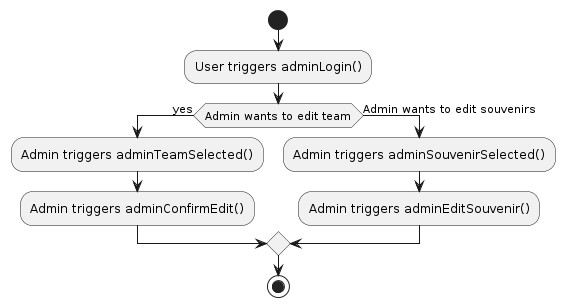
The PlantUML diagram UML/Images/ActionDiagram1.png in RSpeckles/Baseball, before a commit. The source it was exported from:
```plantuml
@startuml
start
:User triggers adminLogin();
if (Admin wants to edit team) then (yes)
    :Admin triggers adminTeamSelected();
    :Admin triggers adminConfirmEdit();
else (Admin wants to edit souvenirs)
    :Admin triggers adminSouvenirSelected();
    :Admin triggers adminEditSouvenir();
endif
stop
@enduml
```
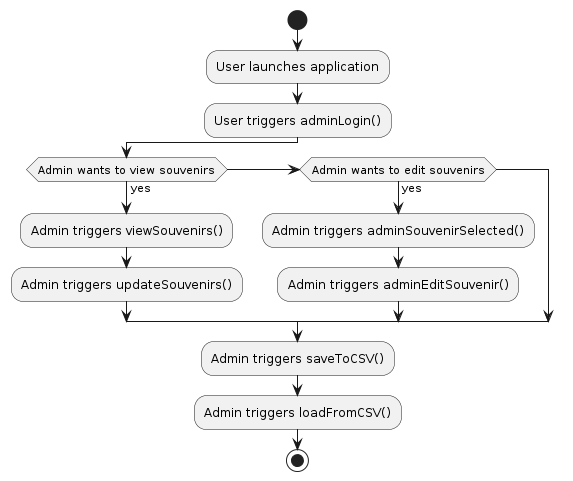
The same diagram one commit later.

Change to the diagram source:
```diff
@@ -1,12 +1,15 @@
 @startuml
 start
+:User launches application;
 :User triggers adminLogin();
-if (Admin wants to edit team) then (yes)
-    :Admin triggers adminTeamSelected();
-    :Admin triggers adminConfirmEdit();
-else (Admin wants to edit souvenirs)
+if (Admin wants to view souvenirs) then (yes)
+    :Admin triggers viewSouvenirs();
+    :Admin triggers updateSouvenirs();
+elseif (Admin wants to edit souvenirs) then (yes)
     :Admin triggers adminSouvenirSelected();
     :Admin triggers adminEditSouvenir();
 endif
+:Admin triggers saveToCSV();
+:Admin triggers loadFromCSV();
 stop
 @enduml
```
